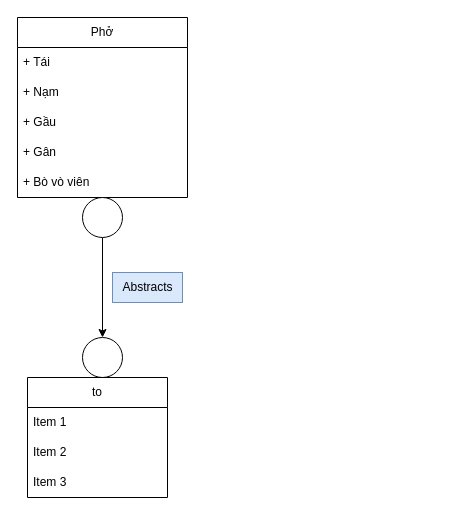
Before: Untitled Diagram.drawio in ITsgu/Drawio, a draw.io diagram. Source tidied: cells renumbered, new cells numbered last; positions are measured from the earlier drawing's top-left corner, leaving out a move shared by most shapes. Both pictures are drawn from the tidied source at 100%, with x=0, y=0 at pixel (17, 17).
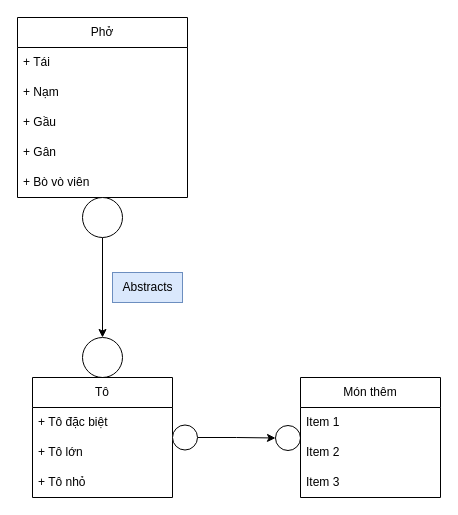
Above is the later version.

Unchanged cells that the change refers to:
```xml
<mxCell id="2" value="Phở" style="swimlane;fontStyle=0;horizontal=1;startSize=30;whiteSpace=wrap;html=1;" parent="1" vertex="1">
  <mxGeometry width="170" height="180" as="geometry" />
</mxCell>
```

What changed in the source:
```diff
@@
-    <mxCell id="3" value="+ Tái&lt;span style=&quot;white-space: pre;&quot;&gt;&#9;&lt;/span&gt;" style="text;strokeColor=none;fillColor=none;align=left;verticalAlign=middle;spacingLeft=4;spacingRight=4;overflow=hidden;whiteSpace=wrap;html=1;" parent="2" vertex="1">
+    <mxCell id="3" value="+ Tái&lt;span style=&quot;white-space: pre;&quot;&gt; &lt;/span&gt;" style="text;strokeColor=none;fillColor=none;align=left;verticalAlign=middle;spacingLeft=4;spacingRight=4;overflow=hidden;whiteSpace=wrap;html=1;" parent="2" vertex="1">
       <mxGeometry y="30" width="170" height="30" as="geometry" />
     </mxCell>
@@
-    <mxCell id="11" value="to" style="swimlane;fontStyle=0;horizontal=1;startSize=30;whiteSpace=wrap;html=1;" parent="1" vertex="1">
-      <mxGeometry x="10" y="360" width="140" height="120" as="geometry" />
+    <mxCell id="11" value="Tô" style="swimlane;fontStyle=0;horizontal=1;startSize=30;whiteSpace=wrap;html=1;" parent="1" vertex="1">
+      <mxGeometry x="15" y="360" width="140" height="120" as="geometry" />
     </mxCell>
-    <mxCell id="12" value="Item 1" style="text;strokeColor=none;fillColor=none;align=left;verticalAlign=middle;spacingLeft=4;spacingRight=4;overflow=hidden;whiteSpace=wrap;html=1;" parent="11" vertex="1">
+    <mxCell id="12" value="+ Tô đặc biệt" style="text;strokeColor=none;fillColor=none;align=left;verticalAlign=middle;spacingLeft=4;spacingRight=4;overflow=hidden;whiteSpace=wrap;html=1;" parent="11" vertex="1">
       <mxGeometry y="30" width="140" height="30" as="geometry" />
     </mxCell>
-    <mxCell id="13" value="Item 2" style="text;strokeColor=none;fillColor=none;align=left;verticalAlign=middle;spacingLeft=4;spacingRight=4;overflow=hidden;whiteSpace=wrap;html=1;" parent="11" vertex="1">
+    <mxCell id="13" value="+ Tô lớn" style="text;strokeColor=none;fillColor=none;align=left;verticalAlign=middle;spacingLeft=4;spacingRight=4;overflow=hidden;whiteSpace=wrap;html=1;" parent="11" vertex="1">
       <mxGeometry y="60" width="140" height="30" as="geometry" />
     </mxCell>
-    <mxCell id="14" value="Item 3" style="text;strokeColor=none;fillColor=none;align=left;verticalAlign=middle;spacingLeft=4;spacingRight=4;overflow=hidden;whiteSpace=wrap;html=1;" parent="11" vertex="1">
+    <mxCell id="14" value="+ Tô nhỏ" style="text;strokeColor=none;fillColor=none;align=left;verticalAlign=middle;spacingLeft=4;spacingRight=4;overflow=hidden;whiteSpace=wrap;html=1;" parent="11" vertex="1">
       <mxGeometry y="90" width="140" height="30" as="geometry" />
     </mxCell>
@@
+    <mxCell id="16" style="edgeStyle=orthogonalEdgeStyle;rounded=0;jettySize=auto;html=1;" parent="1" edge="1" source="17" target="18">
+      <mxGeometry relative="1" as="geometry" />
+    </mxCell>
+    <mxCell id="17" style="ellipse;whiteSpace=wrap;html=1;" parent="1" vertex="1">
+      <mxGeometry x="155" y="407.5" width="25" height="25" as="geometry" />
+    </mxCell>
+    <mxCell id="18" style="ellipse;whiteSpace=wrap;html=1;" parent="1" vertex="1">
+      <mxGeometry x="258" y="408" width="25" height="25" as="geometry" />
+    </mxCell>
+    <mxCell id="19" value="Món thêm" style="swimlane;fontStyle=0;horizontal=1;startSize=30;whiteSpace=wrap;html=1;" parent="1" vertex="1">
+      <mxGeometry x="283" y="360" width="140" height="120" as="geometry" />
+    </mxCell>
+    <mxCell id="20" value="Item 1" style="text;strokeColor=none;fillColor=none;align=left;verticalAlign=middle;spacingLeft=4;spacingRight=4;overflow=hidden;whiteSpace=wrap;html=1;" parent="19" vertex="1">
+      <mxGeometry y="30" width="140" height="30" as="geometry" />
+    </mxCell>
+    <mxCell id="21" value="Item 2" style="text;strokeColor=none;fillColor=none;align=left;verticalAlign=middle;spacingLeft=4;spacingRight=4;overflow=hidden;whiteSpace=wrap;html=1;" parent="19" vertex="1">
+      <mxGeometry y="60" width="140" height="30" as="geometry" />
+    </mxCell>
+    <mxCell id="22" value="Item 3" style="text;strokeColor=none;fillColor=none;align=left;verticalAlign=middle;spacingLeft=4;spacingRight=4;overflow=hidden;whiteSpace=wrap;html=1;" parent="19" vertex="1">
+      <mxGeometry y="90" width="140" height="30" as="geometry" />
+    </mxCell>
```
